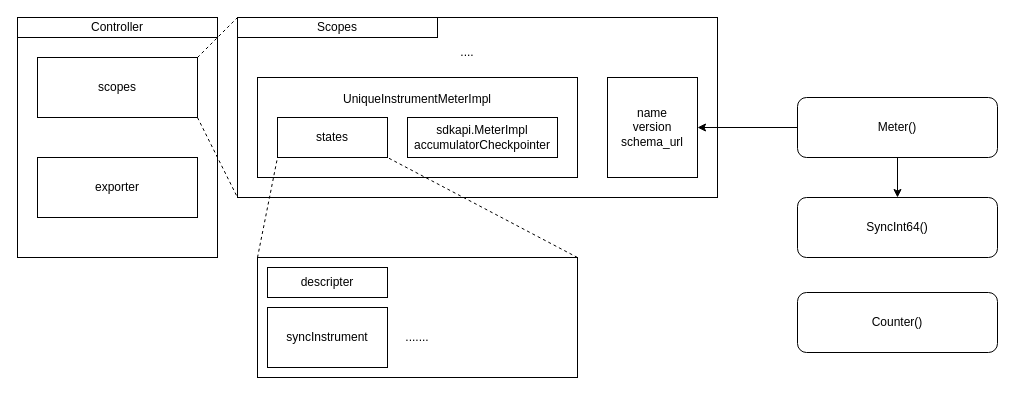
fatsheep9146/drawio-registry keeps this draw.io diagram as otel-metric-sdk-old.drawio. Above is the earlier version. Source tidied: cells renumbered, new cells numbered last; positions are measured from the earlier drawing's top-left corner, leaving out a move shared by most shapes. Both pictures are drawn from the tidied source at 100%, with x=0, y=0 at pixel (17, 17).
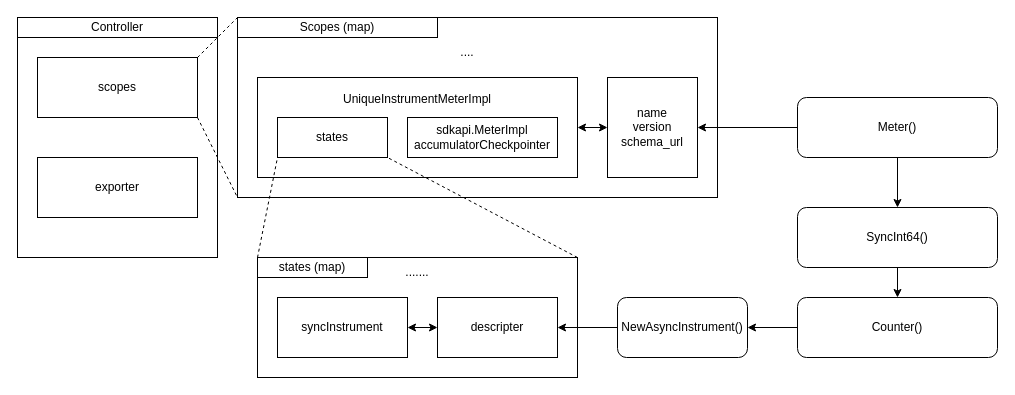
After the change.

The change refers to these unchanged cells:
```xml
<mxCell id="5" value="name&lt;br&gt;version&lt;br&gt;schema_url" style="rounded=0;whiteSpace=wrap;html=1;" parent="1" vertex="1">
  <mxGeometry x="590" y="60" width="90" height="100" as="geometry" />
</mxCell>
<mxCell id="7" value="UniqueInstrumentMeterImpl&lt;br&gt;&lt;br&gt;&lt;br&gt;&lt;br&gt;&lt;br&gt;" style="rounded=0;whiteSpace=wrap;html=1;" parent="1" vertex="1">
  <mxGeometry x="240" y="60" width="320" height="100" as="geometry" />
</mxCell>
```

Change to the diagram source:
```diff
@@
-    <mxCell id="13" value="descripter" style="rounded=0;whiteSpace=wrap;html=1;" parent="1" vertex="1">
-      <mxGeometry x="250" y="250" width="120" height="30" as="geometry" />
+    <mxCell id="13" value="descripter&lt;br&gt;" style="rounded=0;whiteSpace=wrap;html=1;" parent="1" vertex="1">
+      <mxGeometry x="420" y="280" width="120" height="60" as="geometry" />
     </mxCell>
     <mxCell id="14" value="syncInstrument" style="rounded=0;whiteSpace=wrap;html=1;" parent="1" vertex="1">
-      <mxGeometry x="250" y="290" width="120" height="60" as="geometry" />
+      <mxGeometry x="260" y="280" width="130" height="60" as="geometry" />
     </mxCell>
     <mxCell id="15" value="......." style="text;html=1;strokeColor=none;fillColor=none;align=center;verticalAlign=middle;whiteSpace=wrap;rounded=0;" parent="1" vertex="1">
-      <mxGeometry x="370" y="305" width="60" height="30" as="geometry" />
+      <mxGeometry x="370" y="240" width="60" height="30" as="geometry" />
     </mxCell>
@@
-    <mxCell id="22" value="Scopes" style="rounded=0;whiteSpace=wrap;html=1;" parent="1" vertex="1">
+    <mxCell id="22" value="Scopes (map)" style="rounded=0;whiteSpace=wrap;html=1;" parent="1" vertex="1">
       <mxGeometry x="220" width="200" height="20" as="geometry" />
     </mxCell>
@@
+    <mxCell id="26" style="edgeStyle=orthogonalEdgeStyle;rounded=0;jettySize=auto;html=1;exitX=0.5;exitY=1;exitDx=0;exitDy=0;entryX=0.5;entryY=0;entryDx=0;entryDy=0;" parent="1" edge="1" source="24" target="25">
+      <mxGeometry relative="1" as="geometry" />
+    </mxCell>
     <mxCell id="24" value="SyncInt64()" style="rounded=1;whiteSpace=wrap;html=1;" parent="1" vertex="1">
-      <mxGeometry x="780" y="180" width="200" height="60" as="geometry" />
+      <mxGeometry x="780" y="190" width="200" height="60" as="geometry" />
     </mxCell>
+    <mxCell id="27" style="edgeStyle=orthogonalEdgeStyle;rounded=0;jettySize=auto;html=1;exitX=0;exitY=0.5;exitDx=0;exitDy=0;entryX=1;entryY=0.5;entryDx=0;entryDy=0;" parent="1" edge="1" source="25" target="30">
+      <mxGeometry relative="1" as="geometry" />
+    </mxCell>
     <mxCell id="25" value="Counter()" style="rounded=1;whiteSpace=wrap;html=1;" parent="1" vertex="1">
-      <mxGeometry x="780" y="275" width="200" height="60" as="geometry" />
+      <mxGeometry x="780" y="280" width="200" height="60" as="geometry" />
     </mxCell>
+    <mxCell id="28" style="endArrow=classic;startArrow=classic;html=1;rounded=0;entryX=0;entryY=0.5;entryDx=0;entryDy=0;exitX=1;exitY=0.5;exitDx=0;exitDy=0;" parent="1" edge="1" source="7" target="5">
+      <mxGeometry relative="1" as="geometry" />
+    </mxCell>
+    <mxCell id="29" style="edgeStyle=orthogonalEdgeStyle;rounded=0;jettySize=auto;html=1;exitX=0;exitY=0.5;exitDx=0;exitDy=0;entryX=1;entryY=0.5;entryDx=0;entryDy=0;" parent="1" edge="1" source="30" target="13">
+      <mxGeometry relative="1" as="geometry" />
+    </mxCell>
+    <mxCell id="30" value="NewAsyncInstrument()" style="rounded=1;whiteSpace=wrap;html=1;" parent="1" vertex="1">
+      <mxGeometry x="600" y="280" width="130" height="60" as="geometry" />
+    </mxCell>
+    <mxCell id="31" style="endArrow=classic;startArrow=classic;html=1;rounded=0;entryX=0;entryY=0.5;entryDx=0;entryDy=0;exitX=1;exitY=0.5;exitDx=0;exitDy=0;" parent="1" edge="1" source="14" target="13">
+      <mxGeometry relative="1" as="geometry" />
+    </mxCell>
+    <mxCell id="32" value="states (map)" style="rounded=0;whiteSpace=wrap;html=1;" parent="1" vertex="1">
+      <mxGeometry x="240" y="240" width="110" height="20" as="geometry" />
+    </mxCell>
```
